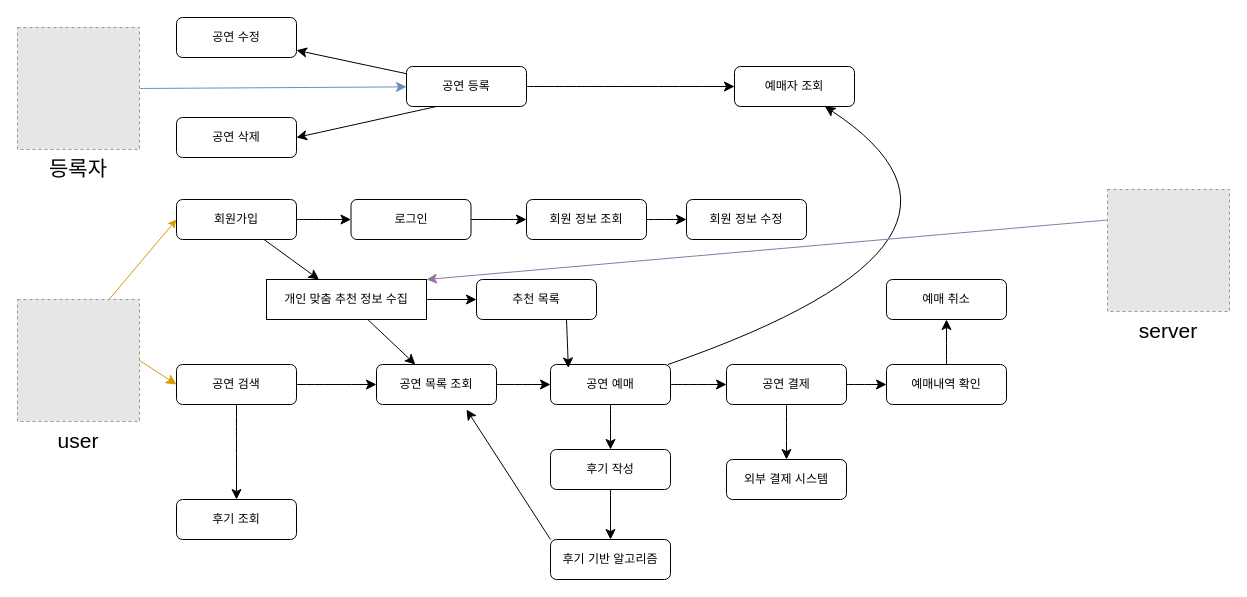
This is sw.drawio from wngml02/UML, a draw.io file, before an edit. Source tidied: cells renumbered, new cells numbered last; positions are measured from the earlier drawing's top-left corner, leaving out a move shared by most shapes. Both pictures are drawn from the tidied source at 100%, with x=0, y=0 at pixel (17, 17). Pictures stored in the file or linked from it are replaced by grey dashed boxes.
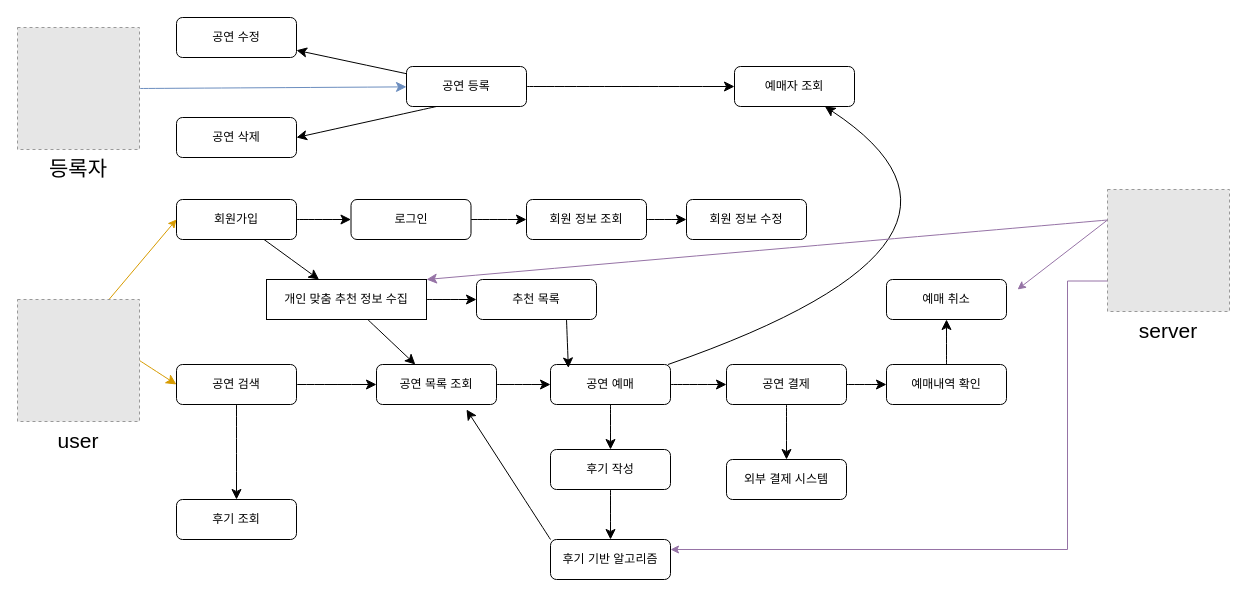
Above is the later version.

The change refers to these unchanged cells:
```xml
<mxCell id="51" value="server" style="fillColor=#E6E6E6;strokeColor=#999999;dashed=1;verticalLabelPosition=bottom;labelBackgroundColor=default;verticalAlign=top;fontSize=21;" parent="1" vertex="1">
  <mxGeometry x="1090" y="172" width="122" height="122" as="geometry" />
</mxCell>
```

The edit, as a diff of the source:
```diff
@@
+    <mxCell id="52" style="endArrow=classic;html=1;rounded=0;fillColor=#e1d5e7;strokeColor=#9673a6;exitX=0;exitY=0.25;exitDx=0;exitDy=0;" parent="1" edge="1" source="51">
+      <mxGeometry relative="1" as="geometry">
+        <mxPoint x="1000" y="272" as="targetPoint" />
+      </mxGeometry>
+    </mxCell>
+    <mxCell id="53" style="edgeStyle=orthogonalEdgeStyle;rounded=0;jettySize=auto;html=1;exitX=0;exitY=0.75;exitDx=0;exitDy=0;fillColor=#e1d5e7;strokeColor=#9673a6;" parent="1" edge="1" source="51">
+      <mxGeometry relative="1" as="geometry">
+        <mxPoint x="653" y="532" as="targetPoint" />
+        <Array as="points">
+          <mxPoint x="1050" y="263" />
+          <mxPoint x="1050" y="532" />
+          <mxPoint x="653" y="532" />
+        </Array>
+      </mxGeometry>
+    </mxCell>
```
